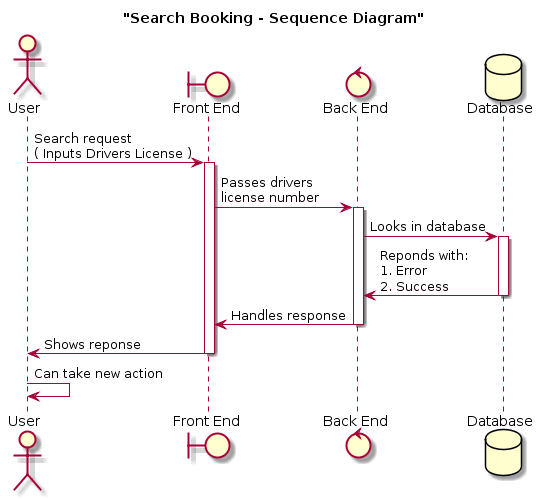
Above: Sequence diagrams/Search_Booking.png in Team-Three-LSD/Artifacts (PlantUML), before the change. The source it was exported from:
```plantuml
@startuml
title "Search Booking - Sequence Diagram"

actor User
boundary "Front End" as F
control "Back End" as B
database "Database" as D


User -> F: Search request \n( Inputs Drivers License )
Activate F
F -> B: Passes drivers \nlicense number
Activate B
B -> D: Looks in database
Activate D
D -> B: Reponds with:\n1. Error\n2. Success
Deactivate D
B -> F: Handles response
Deactivate B
F -> User: Shows reponse
Deactivate F
User -> User: Can take new action
@enduml
```
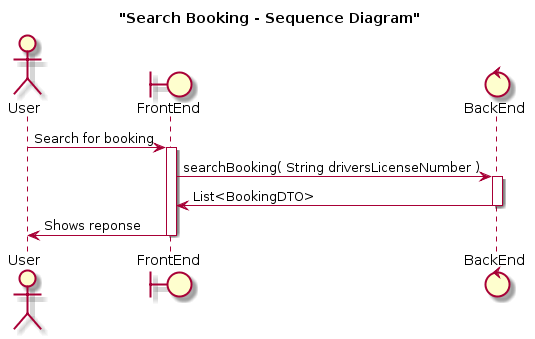
After the change.

Commit message:
Updated Search Booking

Change to the diagram source:
```diff
@@ -2,22 +2,15 @@
 title "Search Booking - Sequence Diagram"
 
 actor User
-boundary "Front End" as F
-control "Back End" as B
-database "Database" as D
+boundary "FrontEnd" as F
+control "BackEnd" as B
 
-
-User -> F: Search request \n( Inputs Drivers License )
+User -> F: Search for booking
 Activate F
-F -> B: Passes drivers \nlicense number
+F -> B: searchBooking( String driversLicenseNumber )
 Activate B
-B -> D: Looks in database
-Activate D
-D -> B: Reponds with:\n1. Error\n2. Success
-Deactivate D
-B -> F: Handles response
+B -> F: List<BookingDTO>
 Deactivate B
 F -> User: Shows reponse
 Deactivate F
-User -> User: Can take new action
 @enduml
```
